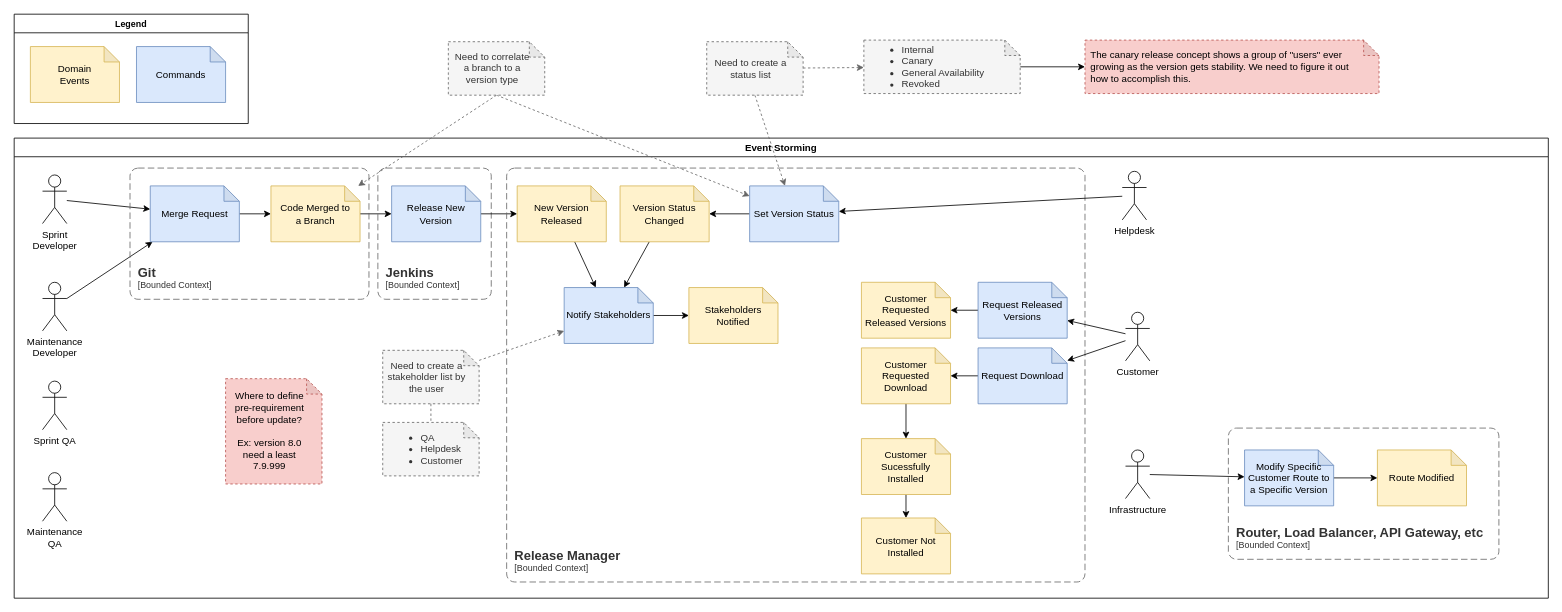
Before: docs/release-manager.drawio in release-manager-2023/concurso-intersystems-2023, a draw.io diagram. Source tidied: cells renumbered, new cells numbered last; positions are measured from the earlier drawing's top-left corner, leaving out a move shared by most shapes. Both pictures are drawn from the tidied source at 81%, with x=0, y=0 at pixel (14, 14).
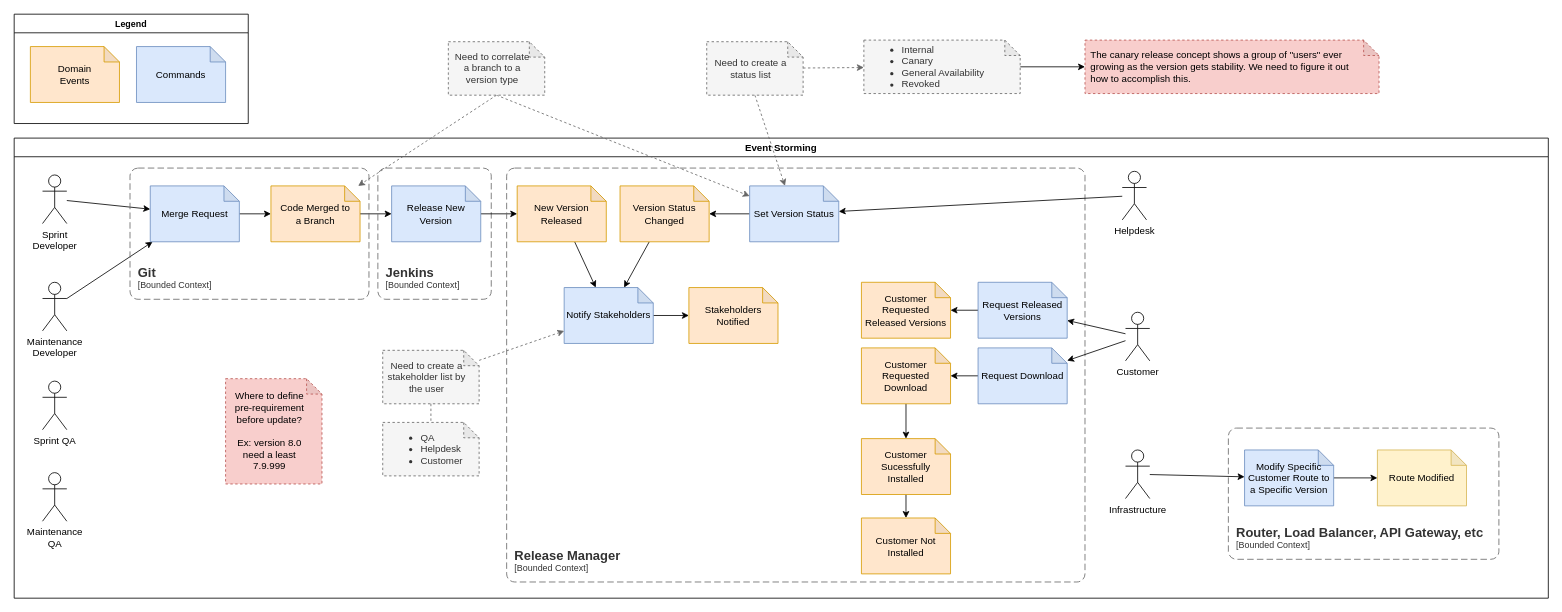
Above is the later version.

Commit message:
Fix event storming domain card color

Unchanged cells that the change refers to:
```xml
<mxCell id="2" value="Event Storming" style="swimlane;whiteSpace=wrap;html=1;" parent="1" vertex="1">
  <mxGeometry y="153" width="1894" height="568" as="geometry" />
</mxCell>
<mxCell id="59" value="Legend" style="swimlane;whiteSpace=wrap;html=1;fontFamily=Helvetica;fontSize=11;fontColor=default;" parent="1" vertex="1">
  <mxGeometry width="289" height="135" as="geometry" />
</mxCell>
```

What changed in the source:
```diff
@@
-    <mxCell id="10" value="Code Merged to&lt;br&gt;a Branch" style="shape=note;whiteSpace=wrap;html=1;backgroundOutline=1;darkOpacity=0.05;size=19;fillColor=#fff2cc;strokeColor=#d6b656;" parent="2" vertex="1">
+    <mxCell id="10" value="Code Merged to&lt;br&gt;a Branch" style="shape=note;whiteSpace=wrap;html=1;backgroundOutline=1;darkOpacity=0.05;size=19;fillColor=#ffe6cc;strokeColor=#d79b00;" parent="2" vertex="1">
       <mxGeometry x="317" y="59" width="110" height="69" as="geometry" />
     </mxCell>
@@
-    <mxCell id="24" value="Version Status Changed" style="shape=note;whiteSpace=wrap;html=1;backgroundOutline=1;darkOpacity=0.05;size=19;fillColor=#fff2cc;strokeColor=#d6b656;" parent="2" vertex="1">
+    <mxCell id="24" value="Version Status Changed" style="shape=note;whiteSpace=wrap;html=1;backgroundOutline=1;darkOpacity=0.05;size=19;fillColor=#ffe6cc;strokeColor=#d79b00;" parent="2" vertex="1">
       <mxGeometry x="748" y="59" width="110" height="69" as="geometry" />
     </mxCell>
@@
-    <mxCell id="28" value="New Version Released" style="shape=note;whiteSpace=wrap;html=1;backgroundOutline=1;darkOpacity=0.05;size=19;fillColor=#fff2cc;strokeColor=#d6b656;" parent="2" vertex="1">
+    <mxCell id="28" value="New Version Released" style="shape=note;whiteSpace=wrap;html=1;backgroundOutline=1;darkOpacity=0.05;size=19;fillColor=#ffe6cc;strokeColor=#d79b00;" parent="2" vertex="1">
       <mxGeometry x="621" y="59" width="110" height="69" as="geometry" />
     </mxCell>
@@
-    <mxCell id="31" value="Stakeholders&lt;br&gt;Notified" style="shape=note;whiteSpace=wrap;html=1;backgroundOutline=1;darkOpacity=0.05;size=19;fillColor=#fff2cc;strokeColor=#d6b656;" parent="2" vertex="1">
+    <mxCell id="31" value="Stakeholders&lt;br&gt;Notified" style="shape=note;whiteSpace=wrap;html=1;backgroundOutline=1;darkOpacity=0.05;size=19;fillColor=#ffe6cc;strokeColor=#d79b00;" parent="2" vertex="1">
       <mxGeometry x="833" y="184.5" width="110" height="69" as="geometry" />
     </mxCell>
-    <mxCell id="32" value="Customer Requested Released Versions" style="shape=note;whiteSpace=wrap;html=1;backgroundOutline=1;darkOpacity=0.05;size=19;fillColor=#fff2cc;strokeColor=#d6b656;" parent="2" vertex="1">
+    <mxCell id="32" value="Customer Requested Released Versions" style="shape=note;whiteSpace=wrap;html=1;backgroundOutline=1;darkOpacity=0.05;size=19;fillColor=#ffe6cc;strokeColor=#d79b00;" parent="2" vertex="1">
       <mxGeometry x="1046" y="178" width="110" height="69" as="geometry" />
     </mxCell>
@@
-    <mxCell id="36" value="Customer Requested Download" style="shape=note;whiteSpace=wrap;html=1;backgroundOutline=1;darkOpacity=0.05;size=19;fillColor=#fff2cc;strokeColor=#d6b656;" parent="2" vertex="1">
+    <mxCell id="36" value="Customer Requested Download" style="shape=note;whiteSpace=wrap;html=1;backgroundOutline=1;darkOpacity=0.05;size=19;fillColor=#ffe6cc;strokeColor=#d79b00;" parent="2" vertex="1">
       <mxGeometry x="1046" y="259" width="110" height="69" as="geometry" />
     </mxCell>
@@
-    <mxCell id="50" value="Customer Sucessfully Installed" style="shape=note;whiteSpace=wrap;html=1;backgroundOutline=1;darkOpacity=0.05;size=19;fillColor=#fff2cc;strokeColor=#d6b656;" parent="2" vertex="1">
+    <mxCell id="50" value="Customer Sucessfully Installed" style="shape=note;whiteSpace=wrap;html=1;backgroundOutline=1;darkOpacity=0.05;size=19;fillColor=#ffe6cc;strokeColor=#d79b00;" parent="2" vertex="1">
       <mxGeometry x="1046" y="371" width="110" height="69" as="geometry" />
     </mxCell>
-    <mxCell id="51" value="Customer Not Installed" style="shape=note;whiteSpace=wrap;html=1;backgroundOutline=1;darkOpacity=0.05;size=19;fillColor=#fff2cc;strokeColor=#d6b656;" parent="2" vertex="1">
+    <mxCell id="51" value="Customer Not Installed" style="shape=note;whiteSpace=wrap;html=1;backgroundOutline=1;darkOpacity=0.05;size=19;fillColor=#ffe6cc;strokeColor=#d79b00;" parent="2" vertex="1">
       <mxGeometry x="1046" y="469" width="110" height="69" as="geometry" />
     </mxCell>
@@
-    <mxCell id="61" value="Domain&lt;br&gt;Events" style="shape=note;whiteSpace=wrap;html=1;backgroundOutline=1;darkOpacity=0.05;size=19;fillColor=#fff2cc;strokeColor=#d6b656;" parent="59" vertex="1">
+    <mxCell id="61" value="Domain&lt;br&gt;Events" style="shape=note;whiteSpace=wrap;html=1;backgroundOutline=1;darkOpacity=0.05;size=19;fillColor=#ffe6cc;strokeColor=#d79b00;" parent="59" vertex="1">
       <mxGeometry x="20" y="40" width="110" height="69" as="geometry" />
     </mxCell>
```
